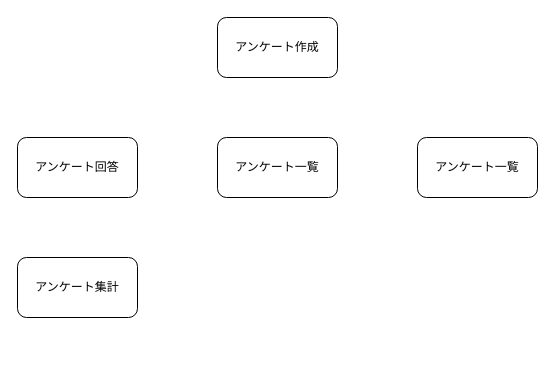
The draw.io diagram Screen transition diagram.drawio in maruta-kazuhiro/kantanankeeto, before the edit. Source tidied: cells renumbered, new cells numbered last; positions are measured from the earlier drawing's top-left corner, leaving out a move shared by most shapes. Both pictures are drawn from the tidied source at 100%, with x=0, y=0 at pixel (17, 17).
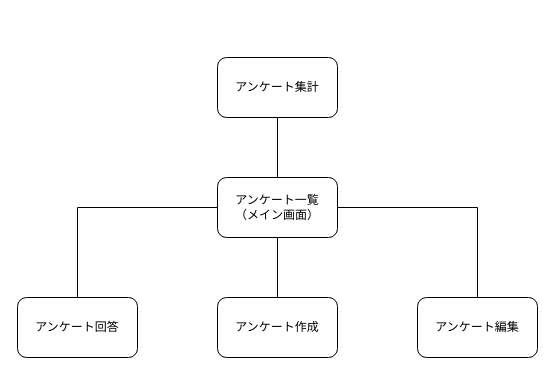
The same diagram, later.

What changed in the source:
```diff
@@
 <mxGraphModel>
   <root>
     <mxCell id="0" />
     <mxCell id="1" parent="0" />
+    <mxCell id="7" style="edgeStyle=orthogonalEdgeStyle;rounded=0;jettySize=auto;html=1;exitX=0.5;exitY=0;exitDx=0;exitDy=0;entryX=0.5;entryY=1;entryDx=0;entryDy=0;endArrow=none;endFill=0;startArrow=none;startFill=0;" parent="1" edge="1" source="2" target="3">
+      <mxGeometry relative="1" as="geometry" />
+    </mxCell>
     <mxCell id="2" value="アンケート作成" style="rounded=1;whiteSpace=wrap;html=1;" parent="1" vertex="1">
-      <mxGeometry x="200" width="120" height="60" as="geometry" />
+      <mxGeometry x="200" y="280" width="120" height="60" as="geometry" />
     </mxCell>
-    <mxCell id="3" value="アンケート一覧" style="rounded=1;whiteSpace=wrap;html=1;" parent="1" vertex="1">
-      <mxGeometry x="200" y="120" width="120" height="60" as="geometry" />
+    <mxCell id="3" value="アンケート一覧&lt;br&gt;（メイン画面）" style="rounded=1;whiteSpace=wrap;html=1;" parent="1" vertex="1">
+      <mxGeometry x="200" y="160" width="120" height="60" as="geometry" />
     </mxCell>
+    <mxCell id="8" style="edgeStyle=orthogonalEdgeStyle;rounded=0;jettySize=auto;html=1;exitX=0.5;exitY=0;exitDx=0;exitDy=0;entryX=0;entryY=0.5;entryDx=0;entryDy=0;startArrow=none;startFill=0;endArrow=none;endFill=0;" parent="1" edge="1" source="4" target="3">
+      <mxGeometry relative="1" as="geometry" />
+    </mxCell>
     <mxCell id="4" value="アンケート回答" style="rounded=1;whiteSpace=wrap;html=1;" parent="1" vertex="1">
-      <mxGeometry y="120" width="120" height="60" as="geometry" />
+      <mxGeometry y="280" width="120" height="60" as="geometry" />
     </mxCell>
+    <mxCell id="9" style="edgeStyle=orthogonalEdgeStyle;rounded=0;jettySize=auto;html=1;exitX=0.5;exitY=0;exitDx=0;exitDy=0;entryX=1;entryY=0.5;entryDx=0;entryDy=0;startArrow=none;startFill=0;endArrow=none;endFill=0;" parent="1" edge="1" source="5" target="3">
+      <mxGeometry relative="1" as="geometry" />
+    </mxCell>
-    <mxCell id="5" value="アンケート一覧" style="rounded=1;whiteSpace=wrap;html=1;" parent="1" vertex="1">
-      <mxGeometry x="400" y="120" width="120" height="60" as="geometry" />
+    <mxCell id="5" value="アンケート編集" style="rounded=1;whiteSpace=wrap;html=1;" parent="1" vertex="1">
+      <mxGeometry x="400" y="280" width="120" height="60" as="geometry" />
     </mxCell>
+    <mxCell id="10" style="edgeStyle=orthogonalEdgeStyle;rounded=0;jettySize=auto;html=1;exitX=0.5;exitY=1;exitDx=0;exitDy=0;entryX=0.5;entryY=0;entryDx=0;entryDy=0;startArrow=none;startFill=0;endArrow=none;endFill=0;" parent="1" edge="1" source="6" target="3">
+      <mxGeometry relative="1" as="geometry" />
+    </mxCell>
     <mxCell id="6" value="アンケート集計" style="rounded=1;whiteSpace=wrap;html=1;" parent="1" vertex="1">
-      <mxGeometry y="240" width="120" height="60" as="geometry" />
+      <mxGeometry x="200" y="40" width="120" height="60" as="geometry" />
     </mxCell>
   </root>
 </mxGraphModel>
```
